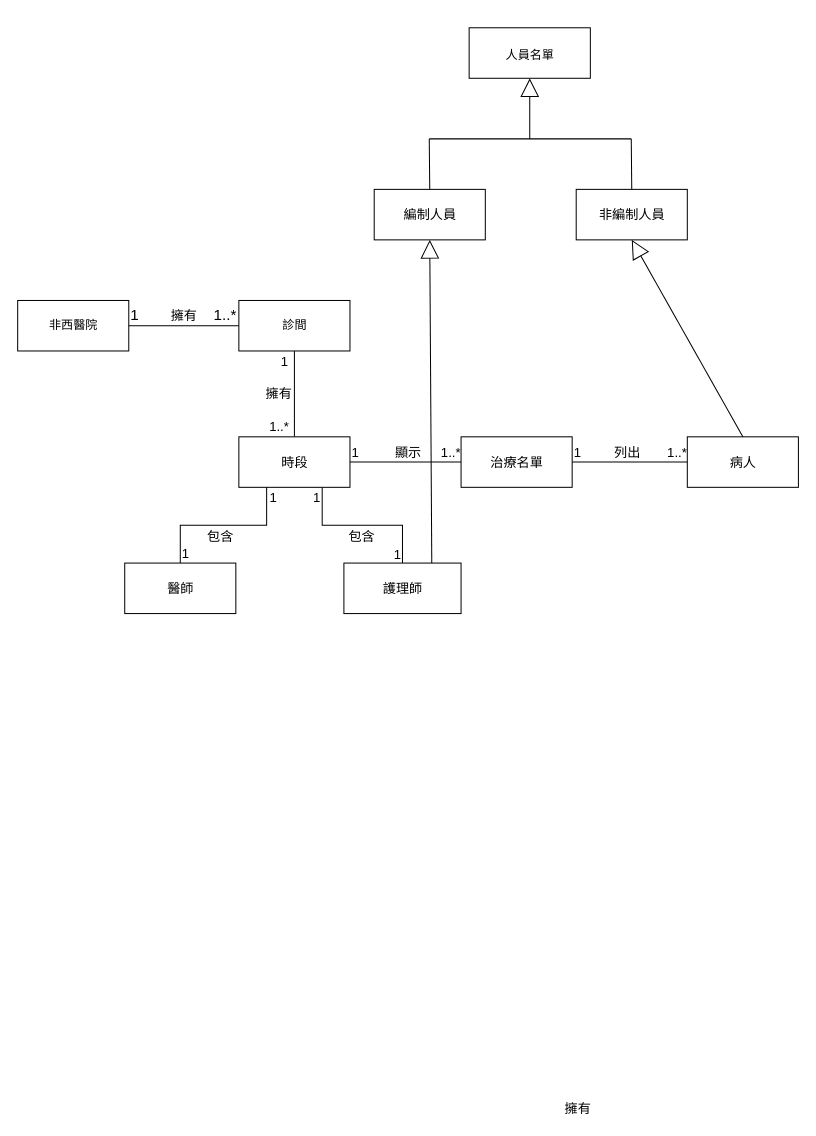
The draw.io diagram Clinic.drawio in 109111114/110-2HW2, before the edit. Source tidied: cells renumbered, new cells numbered last; positions are measured from the earlier drawing's top-left corner, leaving out a move shared by most shapes. Both pictures are drawn from the tidied source at 101%, with x=0, y=0 at pixel (17, 27).
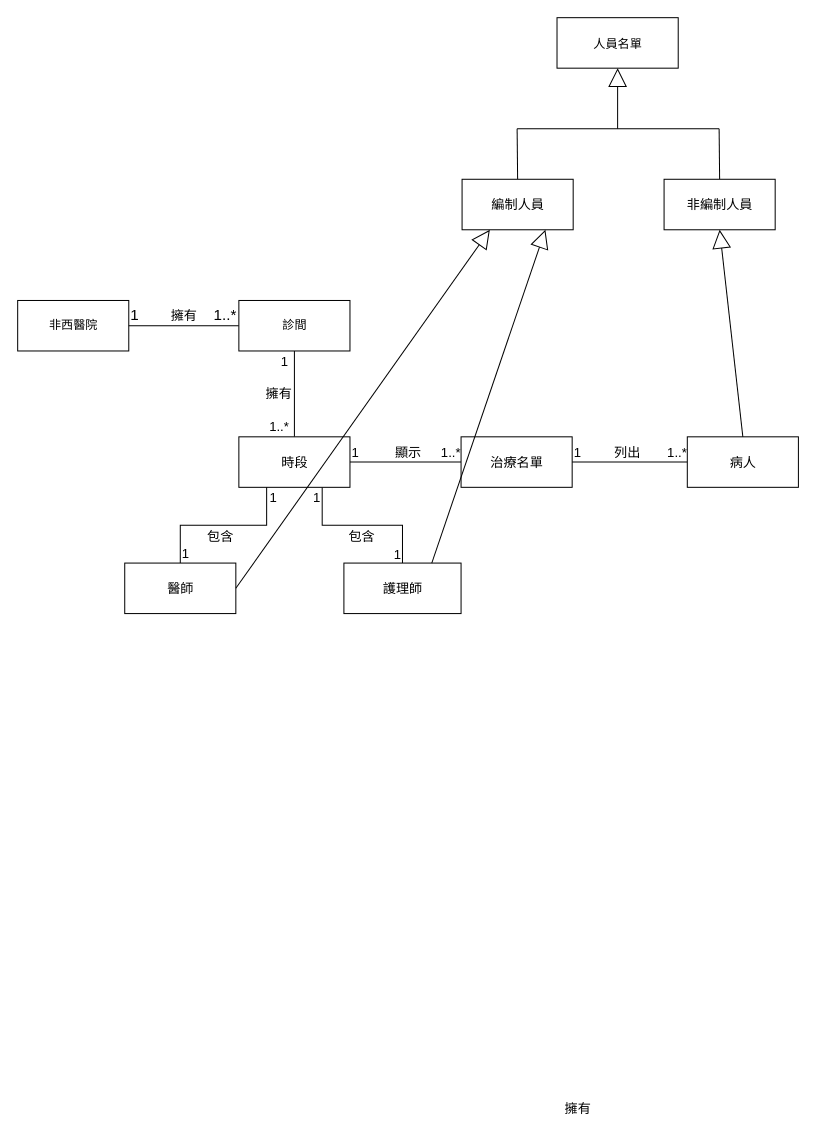
Above is the later version.

The change refers to these unchanged cells:
```xml
<mxCell id="16" value="護理師" style="html=1;rounded=0;fontSize=13;" parent="1" vertex="1">
  <mxGeometry x="323" y="530" width="116" height="50" as="geometry" />
</mxCell>
<mxCell id="38" value="醫師" style="html=1;rounded=0;fontSize=13;" parent="1" vertex="1">
  <mxGeometry x="106" y="530" width="110" height="50" as="geometry" />
</mxCell>
```

Diff of the diagram source:
```diff
@@
     <mxCell id="2" style="endArrow=none;html=1;rounded=0;exitX=0.5;exitY=0;exitDx=0;exitDy=0;" parent="1" edge="1" source="34">
       <mxGeometry relative="1" as="geometry">
-        <mxPoint x="407.5" y="110" as="targetPoint" />
+        <mxPoint x="494.5" y="100" as="targetPoint" />
       </mxGeometry>
     </mxCell>
     <mxCell id="3" style="endArrow=block;endSize=16;endFill=0;html=1;rounded=0;entryX=0.5;entryY=1;entryDx=0;entryDy=0;" parent="1" edge="1" target="7">
       <mxGeometry relative="1" as="geometry">
-        <mxPoint x="507" y="110" as="sourcePoint" />
+        <mxPoint x="594" y="100" as="sourcePoint" />
       </mxGeometry>
     </mxCell>
     <mxCell id="4" style="endArrow=none;html=1;rounded=0;" parent="1" edge="1">
       <mxGeometry relative="1" as="geometry">
-        <mxPoint x="407.5" y="110" as="sourcePoint" />
-        <mxPoint x="607.5" y="110" as="targetPoint" />
+        <mxPoint x="494.5" y="100" as="sourcePoint" />
+        <mxPoint x="694.5" y="100" as="targetPoint" />
       </mxGeometry>
     </mxCell>
@@
     <mxCell id="6" style="endArrow=none;html=1;rounded=0;exitX=0.5;exitY=0;exitDx=0;exitDy=0;" parent="1" edge="1" source="35">
       <mxGeometry relative="1" as="geometry">
-        <mxPoint x="607.5" y="110" as="targetPoint" />
+        <mxPoint x="694.5" y="100" as="targetPoint" />
       </mxGeometry>
     </mxCell>
     <mxCell id="7" value="&lt;span style=&quot;font-size: 12px&quot;&gt;人員名單&lt;/span&gt;" style="html=1;rounded=0;fontSize=15;" parent="1" vertex="1">
-      <mxGeometry x="447" width="120" height="50" as="geometry" />
+      <mxGeometry x="534" y="-10" width="120" height="50" as="geometry" />
     </mxCell>
@@
     <mxCell id="34" value="編制人員" style="html=1;rounded=0;fontSize=13;" parent="1" vertex="1">
-      <mxGeometry x="353" y="160" width="110" height="50" as="geometry" />
+      <mxGeometry x="440" y="150" width="110" height="50" as="geometry" />
     </mxCell>
     <mxCell id="35" value="非編制人員" style="html=1;rounded=0;fontSize=13;" parent="1" vertex="1">
-      <mxGeometry x="553" y="160" width="110" height="50" as="geometry" />
+      <mxGeometry x="640" y="150" width="110" height="50" as="geometry" />
     </mxCell>
-    <mxCell id="36" style="endArrow=block;endSize=16;endFill=0;html=1;rounded=0;fontSize=13;entryX=0.5;entryY=1;entryDx=0;entryDy=0;exitX=0.75;exitY=0;exitDx=0;exitDy=0;" parent="1" edge="1" source="16" target="34">
+    <mxCell id="36" style="endArrow=block;endSize=16;endFill=0;html=1;rounded=0;fontSize=13;entryX=0.75;entryY=1;entryDx=0;entryDy=0;exitX=0.75;exitY=0;exitDx=0;exitDy=0;" parent="1" edge="1" source="16" target="34">
       <mxGeometry relative="1" as="geometry" />
     </mxCell>
@@
+    <mxCell id="43" style="endArrow=block;endSize=16;endFill=0;html=1;rounded=0;fontSize=13;entryX=0.25;entryY=1;entryDx=0;entryDy=0;exitX=1;exitY=0.5;exitDx=0;exitDy=0;" parent="1" edge="1" source="38" target="34">
+      <mxGeometry relative="1" as="geometry" />
+    </mxCell>
```
